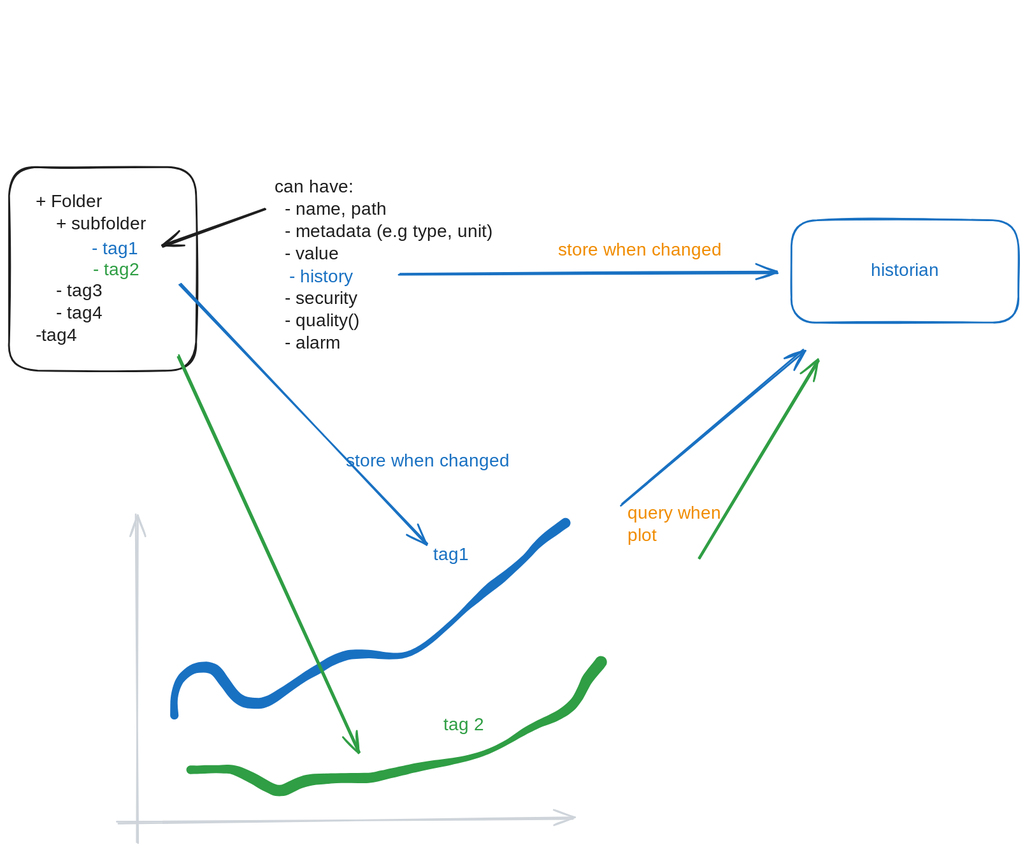
This is docs/tags.excalidraw.svg from Mustry-Solutions/factry-historian-ignition-module, a Excalidraw export, as it was before one commit. Source tidied: one line per element, renumbered; positions are measured from the earlier drawing's top-left corner, leaving out a move shared by most shapes. The source it was exported from:
```json
{"id": 0, "type": "rectangle", "strokeColor": "#1e1e1e", "strokeWidth": 2, "roughness": 1, "round": true, "x": 0, "y": 0, "width": 210, "height": 228}
{"id": 1, "type": "text", "text": "+ Folder\n    + subfolder\n\n\n    - tag3\n    - tag4\n-tag4", "strokeColor": "#1e1e1e", "strokeWidth": 2, "roughness": 1, "fontSize": 20, "fontFamily": 5, "x": 30, "y": 27, "width": 141, "height": 175}
{"id": 2, "type": "arrow", "strokeColor": "#1e1e1e", "strokeWidth": 2, "roughness": 1, "endArrowhead": "arrow", "round": true, "from": 3, "to": 1, "x": 286, "y": 47, "width": 114, "height": 42, "points": [[0, 0], [-114, 42]]}
{"id": 3, "type": "text", "text": "can have:\n  - name, path\n  - metadata (e.g type, unit)\n  - value\n  \n  - security\n  - quality()\n  - alarm\n", "strokeColor": "#1e1e1e", "strokeWidth": 2, "roughness": 1, "fontSize": 20, "fontFamily": 5, "x": 297, "y": 11, "width": 279, "height": 225}
{"id": 4, "type": "text", "text": "- history", "strokeColor": "#1971c2", "strokeWidth": 2, "roughness": 1, "fontSize": 20, "fontFamily": 5, "x": 314, "y": 111, "width": 85, "height": 25}
{"id": 5, "type": "arrow", "strokeColor": "#1971c2", "strokeWidth": 2, "roughness": 1, "endArrowhead": "arrow", "round": true, "x": 438, "y": 121, "width": 424, "height": 2, "points": [[0, 0], [424, -2]]}
{"id": 6, "type": "text", "text": "store when changed", "strokeColor": "#f08c00", "strokeWidth": 2, "roughness": 1, "fontSize": 20, "fontFamily": 5, "x": 616, "y": 81, "width": 192, "height": 25}
{"id": 7, "type": "rectangle", "strokeColor": "#1971c2", "strokeWidth": 2, "roughness": 1, "round": true, "x": 877, "y": 60, "width": 255, "height": 115}
{"id": 8, "type": "text", "text": "historian", "strokeColor": "#1971c2", "strokeWidth": 2, "roughness": 1, "fontSize": 20, "fontFamily": 5, "textAlign": "center", "verticalAlign": "middle", "inside": 7, "x": 962, "y": 104, "width": 86, "height": 25}
{"id": 9, "type": "arrow", "strokeColor": "#ced4da", "strokeWidth": 2, "roughness": 1, "endArrowhead": "arrow", "round": true, "x": 144, "y": 758, "width": 2, "height": 368, "points": [[0, 0], [-2, -368]]}
{"id": 10, "type": "arrow", "strokeColor": "#ced4da", "strokeWidth": 2, "roughness": 1, "endArrowhead": "arrow", "round": true, "x": 122, "y": 735, "width": 511, "height": 5, "points": [[0, 0], [511, -5]]}
{"id": 11, "type": "arrow", "strokeColor": "#1971c2", "strokeWidth": 2, "roughness": 1, "endArrowhead": "arrow", "round": true, "from": 1, "to": 14, "x": 192, "y": 132, "width": 277, "height": 290, "points": [[0, 0], [277, 290]]}
{"id": 12, "type": "freedraw", "strokeColor": "#1971c2", "strokeWidth": 2, "roughness": 1, "x": 185, "y": 615, "width": 440, "height": 217, "points": [[0, 0], [-1, -9], [3, -34], [14, -48], [24, -53], [35, -54], [46, -51], [56, -37], [67, -22], [78, -15], [95, -13], [117, -23], [139, -38], [154, -48], [172, -59], [189, -66], [211, -69], [242, -66], [286, -81], [320, -112], [337, -128], [349, -140], [363, -151], [388, -171], [405, -189], [417, -201], [430, -209], [439, -216]]}
{"id": 13, "type": "text", "text": "store when changed", "strokeColor": "#1971c2", "strokeWidth": 2, "roughness": 1, "fontSize": 20, "fontFamily": 5, "x": 377, "y": 318, "width": 192, "height": 25}
{"id": 14, "type": "text", "text": "tag1", "strokeColor": "#1971c2", "strokeWidth": 2, "roughness": 1, "fontSize": 20, "fontFamily": 5, "x": 476, "y": 423, "width": 42, "height": 25}
{"id": 15, "type": "arrow", "strokeColor": "#2f9e44", "strokeWidth": 2, "roughness": 1, "endArrowhead": "arrow", "round": true, "from": 1, "x": 190, "y": 212, "width": 204, "height": 445, "points": [[0, 0], [204, 445]]}
{"id": 16, "type": "freedraw", "strokeColor": "#2f9e44", "strokeWidth": 2, "roughness": 1, "x": 204, "y": 676, "width": 461, "height": 145, "points": [[0, 0], [13, 0], [40, -1], [54, 2], [67, 8], [82, 17], [96, 23], [112, 20], [128, 13], [153, 10], [179, 9], [201, 9], [227, 3], [256, -3], [292, -9], [338, -22], [370, -40], [395, -54], [415, -62], [431, -75], [441, -94], [444, -101], [449, -107], [457, -117], [460, -120]]}
{"id": 17, "type": "text", "text": "tag 2", "strokeColor": "#2f9e44", "strokeWidth": 2, "roughness": 1, "fontSize": 20, "fontFamily": 5, "x": 487, "y": 614, "width": 56, "height": 25}
{"id": 18, "type": "arrow", "strokeColor": "#1971c2", "strokeWidth": 2, "roughness": 1, "endArrowhead": "arrow", "round": true, "x": 687, "y": 378, "width": 204, "height": 173, "points": [[0, 0], [204, -173]]}
{"id": 19, "type": "arrow", "strokeColor": "#2f9e44", "strokeWidth": 2, "roughness": 1, "endArrowhead": "arrow", "round": true, "x": 774, "y": 438, "width": 134, "height": 221, "points": [[0, 0], [134, -221]]}
{"id": 20, "type": "text", "text": "query when\nplot", "strokeColor": "#f08c00", "strokeWidth": 2, "roughness": 1, "fontSize": 20, "fontFamily": 5, "x": 693, "y": 377, "width": 106, "height": 50}
{"id": 21, "type": "text", "text": "- tag1", "strokeColor": "#1971c2", "strokeWidth": 2, "roughness": 1, "fontSize": 20, "fontFamily": 5, "x": 93, "y": 80, "width": 58, "height": 25}
{"id": 22, "type": "text", "text": "- tag2", "strokeColor": "#2f9e44", "strokeWidth": 2, "roughness": 1, "fontSize": 20, "fontFamily": 5, "x": 94, "y": 104, "width": 64, "height": 25}
```
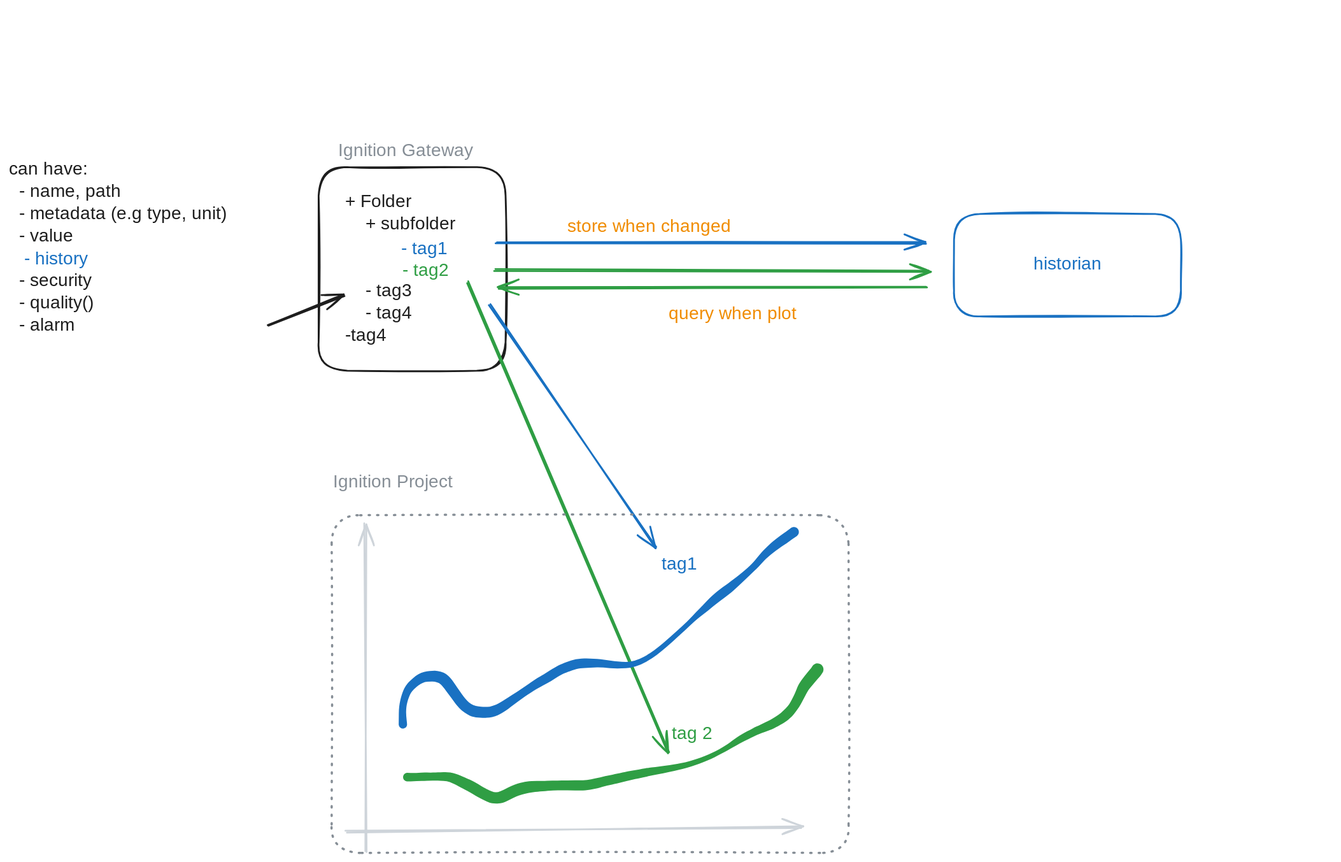
Above is the later version.

The edit, as a diff of the source:
```diff
@@ -1,23 +1,25 @@
 {"id": 0, "type": "rectangle", "strokeColor": "#1e1e1e", "strokeWidth": 2, "roughness": 1, "round": true, "x": 0, "y": 0, "width": 210, "height": 228}
 {"id": 1, "type": "text", "text": "+ Folder\n    + subfolder\n\n\n    - tag3\n    - tag4\n-tag4", "strokeColor": "#1e1e1e", "strokeWidth": 2, "roughness": 1, "fontSize": 20, "fontFamily": 5, "x": 30, "y": 27, "width": 141, "height": 175}
-{"id": 2, "type": "arrow", "strokeColor": "#1e1e1e", "strokeWidth": 2, "roughness": 1, "endArrowhead": "arrow", "round": true, "from": 3, "to": 1, "x": 286, "y": 47, "width": 114, "height": 42, "points": [[0, 0], [-114, 42]]}
+{"id": 2, "type": "arrow", "strokeColor": "#1e1e1e", "strokeWidth": 2, "roughness": 1, "endArrowhead": "arrow", "round": true, "from": 3, "to": 1, "x": -57, "y": 177, "width": 86, "height": 33, "points": [[0, 0], [86, -33]]}
-{"id": 3, "type": "text", "text": "can have:\n  - name, path\n  - metadata (e.g type, unit)\n  - value\n  \n  - security\n  - quality()\n  - alarm\n", "strokeColor": "#1e1e1e", "strokeWidth": 2, "roughness": 1, "fontSize": 20, "fontFamily": 5, "x": 297, "y": 11, "width": 279, "height": 225}
+{"id": 3, "type": "text", "text": "can have:\n  - name, path\n  - metadata (e.g type, unit)\n  - value\n  \n  - security\n  - quality()\n  - alarm\n", "strokeColor": "#1e1e1e", "strokeWidth": 2, "roughness": 1, "fontSize": 20, "fontFamily": 5, "x": -347, "y": -9, "width": 279, "height": 225}
-{"id": 4, "type": "text", "text": "- history", "strokeColor": "#1971c2", "strokeWidth": 2, "roughness": 1, "fontSize": 20, "fontFamily": 5, "x": 314, "y": 111, "width": 85, "height": 25}
+{"id": 4, "type": "text", "text": "- history", "strokeColor": "#1971c2", "strokeWidth": 2, "roughness": 1, "fontSize": 20, "fontFamily": 5, "x": -330, "y": 91, "width": 85, "height": 25}
-{"id": 5, "type": "arrow", "strokeColor": "#1971c2", "strokeWidth": 2, "roughness": 1, "endArrowhead": "arrow", "round": true, "x": 438, "y": 121, "width": 424, "height": 2, "points": [[0, 0], [424, -2]]}
+{"id": 5, "type": "arrow", "strokeColor": "#1971c2", "strokeWidth": 2, "roughness": 1, "endArrowhead": "arrow", "round": true, "from": 1, "x": 200, "y": 85, "width": 481, "height": 0, "points": [[0, 0], [481, 0]]}
-{"id": 6, "type": "text", "text": "store when changed", "strokeColor": "#f08c00", "strokeWidth": 2, "roughness": 1, "fontSize": 20, "fontFamily": 5, "x": 616, "y": 81, "width": 192, "height": 25}
+{"id": 6, "type": "text", "text": "store when changed", "strokeColor": "#f08c00", "strokeWidth": 2, "roughness": 1, "fontSize": 20, "fontFamily": 5, "x": 279, "y": 55, "width": 192, "height": 25}
-{"id": 7, "type": "rectangle", "strokeColor": "#1971c2", "strokeWidth": 2, "roughness": 1, "round": true, "x": 877, "y": 60, "width": 255, "height": 115}
+{"id": 7, "type": "rectangle", "strokeColor": "#1971c2", "strokeWidth": 2, "roughness": 1, "round": true, "x": 713, "y": 52, "width": 255, "height": 115}
-{"id": 8, "type": "text", "text": "historian", "strokeColor": "#1971c2", "strokeWidth": 2, "roughness": 1, "fontSize": 20, "fontFamily": 5, "textAlign": "center", "verticalAlign": "middle", "inside": 7, "x": 962, "y": 104, "width": 86, "height": 25}
+{"id": 8, "type": "text", "text": "historian", "strokeColor": "#1971c2", "strokeWidth": 2, "roughness": 1, "fontSize": 20, "fontFamily": 5, "textAlign": "center", "verticalAlign": "middle", "inside": 7, "x": 797, "y": 97, "width": 86, "height": 25}
-{"id": 9, "type": "arrow", "strokeColor": "#ced4da", "strokeWidth": 2, "roughness": 1, "endArrowhead": "arrow", "round": true, "x": 144, "y": 758, "width": 2, "height": 368, "points": [[0, 0], [-2, -368]]}
-{"id": 10, "type": "arrow", "strokeColor": "#ced4da", "strokeWidth": 2, "roughness": 1, "endArrowhead": "arrow", "round": true, "x": 122, "y": 735, "width": 511, "height": 5, "points": [[0, 0], [511, -5]]}
-{"id": 11, "type": "arrow", "strokeColor": "#1971c2", "strokeWidth": 2, "roughness": 1, "endArrowhead": "arrow", "round": true, "from": 1, "to": 14, "x": 192, "y": 132, "width": 277, "height": 290, "points": [[0, 0], [277, 290]]}
+{"id": 11, "type": "arrow", "strokeColor": "#1971c2", "strokeWidth": 2, "roughness": 1, "endArrowhead": "arrow", "round": true, "from": 1, "to": 14, "x": 192, "y": 155, "width": 186, "height": 271, "points": [[0, 0], [186, 271]]}
-{"id": 12, "type": "freedraw", "strokeColor": "#1971c2", "strokeWidth": 2, "roughness": 1, "x": 185, "y": 615, "width": 440, "height": 217, "points": [[0, 0], [-1, -9], [3, -34], [14, -48], [24, -53], [35, -54], [46, -51], [56, -37], [67, -22], [78, -15], [95, -13], [117, -23], [139, -38], [154, -48], [172, -59], [189, -66], [211, -69], [242, -66], [286, -81], [320, -112], [337, -128], [349, -140], [363, -151], [388, -171], [405, -189], [417, -201], [430, -209], [439, -216]]}
-{"id": 13, "type": "text", "text": "store when changed", "strokeColor": "#1971c2", "strokeWidth": 2, "roughness": 1, "fontSize": 20, "fontFamily": 5, "x": 377, "y": 318, "width": 192, "height": 25}
-{"id": 14, "type": "text", "text": "tag1", "strokeColor": "#1971c2", "strokeWidth": 2, "roughness": 1, "fontSize": 20, "fontFamily": 5, "x": 476, "y": 423, "width": 42, "height": 25}
-{"id": 15, "type": "arrow", "strokeColor": "#2f9e44", "strokeWidth": 2, "roughness": 1, "endArrowhead": "arrow", "round": true, "from": 1, "x": 190, "y": 212, "width": 204, "height": 445, "points": [[0, 0], [204, 445]]}
+{"id": 15, "type": "arrow", "strokeColor": "#2f9e44", "strokeWidth": 2, "roughness": 1, "endArrowhead": "arrow", "round": true, "from": 22, "x": 167, "y": 129, "width": 226, "height": 528, "points": [[0, 0], [226, 528]]}
-{"id": 16, "type": "freedraw", "strokeColor": "#2f9e44", "strokeWidth": 2, "roughness": 1, "x": 204, "y": 676, "width": 461, "height": 145, "points": [[0, 0], [13, 0], [40, -1], [54, 2], [67, 8], [82, 17], [96, 23], [112, 20], [128, 13], [153, 10], [179, 9], [201, 9], [227, 3], [256, -3], [292, -9], [338, -22], [370, -40], [395, -54], [415, -62], [431, -75], [441, -94], [444, -101], [449, -107], [457, -117], [460, -120]]}
-{"id": 17, "type": "text", "text": "tag 2", "strokeColor": "#2f9e44", "strokeWidth": 2, "roughness": 1, "fontSize": 20, "fontFamily": 5, "x": 487, "y": 614, "width": 56, "height": 25}
-{"id": 18, "type": "arrow", "strokeColor": "#1971c2", "strokeWidth": 2, "roughness": 1, "endArrowhead": "arrow", "round": true, "x": 687, "y": 378, "width": 204, "height": 173, "points": [[0, 0], [204, -173]]}
+{"id": 18, "type": "arrow", "strokeColor": "#2f9e44", "strokeWidth": 2, "roughness": 1, "endArrowhead": "arrow", "round": true, "from": 1, "x": 198, "y": 115, "width": 487, "height": 2, "points": [[0, 0], [487, 2]]}
-{"id": 19, "type": "arrow", "strokeColor": "#2f9e44", "strokeWidth": 2, "roughness": 1, "endArrowhead": "arrow", "round": true, "x": 774, "y": 438, "width": 134, "height": 221, "points": [[0, 0], [134, -221]]}
+{"id": 19, "type": "arrow", "strokeColor": "#2f9e44", "strokeWidth": 2, "roughness": 1, "endArrowhead": "arrow", "round": true, "to": 1, "x": 682, "y": 134, "width": 480, "height": 2, "points": [[0, 0], [-480, 2]]}
-{"id": 20, "type": "text", "text": "query when\nplot", "strokeColor": "#f08c00", "strokeWidth": 2, "roughness": 1, "fontSize": 20, "fontFamily": 5, "x": 693, "y": 377, "width": 106, "height": 50}
+{"id": 20, "type": "text", "text": "query when plot", "strokeColor": "#f08c00", "strokeWidth": 2, "roughness": 1, "fontSize": 20, "fontFamily": 5, "x": 393, "y": 152, "width": 252, "height": 25}
 {"id": 21, "type": "text", "text": "- tag1", "strokeColor": "#1971c2", "strokeWidth": 2, "roughness": 1, "fontSize": 20, "fontFamily": 5, "x": 93, "y": 80, "width": 58, "height": 25}
 {"id": 22, "type": "text", "text": "- tag2", "strokeColor": "#2f9e44", "strokeWidth": 2, "roughness": 1, "fontSize": 20, "fontFamily": 5, "x": 94, "y": 104, "width": 64, "height": 25}
+{"id": 9, "type": "arrow", "strokeColor": "#ced4da", "strokeWidth": 2, "roughness": 1, "endArrowhead": "arrow", "round": true, "x": 54, "y": 768, "width": 2, "height": 368, "points": [[0, 0], [-2, -368]]}
+{"id": 10, "type": "arrow", "strokeColor": "#ced4da", "strokeWidth": 2, "roughness": 1, "endArrowhead": "arrow", "round": true, "x": 31, "y": 745, "width": 511, "height": 5, "points": [[0, 0], [511, -5]]}
+{"id": 12, "type": "freedraw", "strokeColor": "#1971c2", "strokeWidth": 2, "roughness": 1, "x": 95, "y": 625, "width": 440, "height": 217, "points": [[0, 0], [-1, -9], [3, -34], [14, -48], [24, -53], [35, -54], [46, -51], [56, -37], [67, -22], [78, -15], [95, -13], [117, -23], [139, -38], [154, -48], [172, -59], [189, -66], [211, -69], [242, -66], [286, -81], [320, -112], [337, -128], [349, -140], [363, -151], [388, -171], [405, -189], [417, -201], [430, -209], [439, -216]]}
+{"id": 14, "type": "text", "text": "tag1", "strokeColor": "#1971c2", "strokeWidth": 2, "roughness": 1, "fontSize": 20, "fontFamily": 5, "x": 385, "y": 433, "width": 42, "height": 25}
+{"id": 17, "type": "text", "text": "tag 2", "strokeColor": "#2f9e44", "strokeWidth": 2, "roughness": 1, "fontSize": 20, "fontFamily": 5, "x": 396, "y": 624, "width": 56, "height": 25}
+{"id": 16, "type": "freedraw", "strokeColor": "#2f9e44", "strokeWidth": 2, "roughness": 1, "x": 100, "y": 684, "width": 461, "height": 145, "points": [[0, 0], [13, 0], [40, -1], [54, 2], [67, 8], [82, 17], [96, 23], [112, 20], [128, 13], [153, 10], [179, 9], [201, 9], [227, 3], [256, -3], [292, -9], [338, -22], [370, -40], [395, -54], [415, -62], [431, -75], [441, -94], [444, -101], [449, -107], [457, -117], [460, -120]]}
+{"id": 23, "type": "rectangle", "strokeColor": "#868e96", "strokeWidth": 2, "strokeStyle": "dotted", "roughness": 1, "round": true, "x": 15, "y": 390, "width": 580, "height": 379}
+{"id": 24, "type": "text", "text": "Ignition Gateway", "strokeColor": "#868e96", "strokeWidth": 2, "strokeStyle": "dotted", "roughness": 1, "fontSize": 20, "fontFamily": 5, "x": 22, "y": -30, "width": 168, "height": 25}
+{"id": 25, "type": "text", "text": "Ignition Project", "strokeColor": "#868e96", "strokeWidth": 2, "strokeStyle": "dotted", "roughness": 1, "fontSize": 20, "fontFamily": 5, "x": 16, "y": 342, "width": 156, "height": 25}
```
